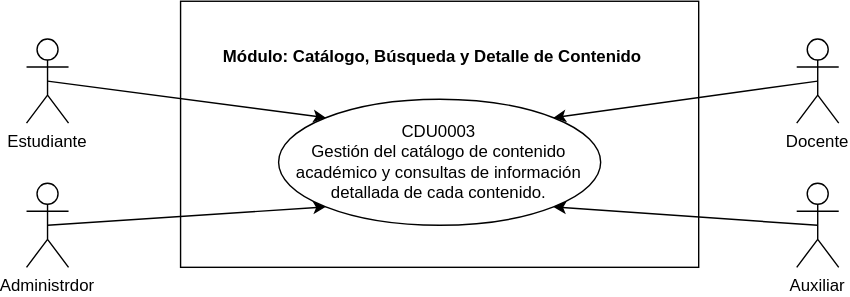
The draw.io diagram Documentacion/CDU/CDU_PrimeraDescomposicion_M3_202307691.drawio.svg in thanya-gate/SA_PROYECTO_202307691, before a commit. Source tidied: cells renumbered, new cells last; positions are measured from the earlier drawing's top-left corner, leaving out a move shared by most shapes. Its diagram source:
```xml
<mxGraphModel>
  <root>
    <mxCell id="0" />
    <mxCell id="1" parent="0" />
    <mxCell id="2" value="Object" style="html=1;whiteSpace=wrap;" parent="1" vertex="1">
      <mxGeometry x="110" width="370" height="190" as="geometry" />
    </mxCell>
    <mxCell id="3" style="rounded=0;jettySize=auto;html=1;exitX=0.5;exitY=0.5;exitDx=0;exitDy=0;exitPerimeter=0;entryX=0;entryY=0;entryDx=0;entryDy=0;shape=wire;dashed=1;endArrow=classic;endFill=1;" parent="1" edge="1" source="4" target="9">
      <mxGeometry relative="1" as="geometry" />
    </mxCell>
    <mxCell id="4" value="Estudiante" style="shape=umlActor;verticalLabelPosition=bottom;verticalAlign=top;html=1;" parent="1" vertex="1">
      <mxGeometry y="27" width="30" height="60" as="geometry" />
    </mxCell>
    <mxCell id="5" style="rounded=0;jettySize=auto;html=1;exitX=0.5;exitY=0.5;exitDx=0;exitDy=0;exitPerimeter=0;entryX=1;entryY=0;entryDx=0;entryDy=0;endArrow=classic;endFill=1;" parent="1" edge="1" source="6" target="9">
      <mxGeometry relative="1" as="geometry" />
    </mxCell>
    <mxCell id="6" value="Docente" style="shape=umlActor;verticalLabelPosition=bottom;verticalAlign=top;html=1;" parent="1" vertex="1">
      <mxGeometry x="550" y="27" width="30" height="60" as="geometry" />
    </mxCell>
    <mxCell id="7" style="rounded=0;jettySize=auto;html=1;exitX=0.5;exitY=0.5;exitDx=0;exitDy=0;exitPerimeter=0;entryX=0;entryY=1;entryDx=0;entryDy=0;startArrow=none;startFill=0;endArrow=classic;endFill=1;" parent="1" edge="1" source="8" target="9">
      <mxGeometry relative="1" as="geometry" />
    </mxCell>
    <mxCell id="8" value="Administrdor" style="shape=umlActor;verticalLabelPosition=bottom;verticalAlign=top;html=1;" parent="1" vertex="1">
      <mxGeometry y="130" width="30" height="60" as="geometry" />
    </mxCell>
    <mxCell id="9" value="CDU0003&lt;div&gt;Gestión del catálogo de contenido académico y consultas de información detallada de cada contenido.&lt;/div&gt;" style="ellipse;whiteSpace=wrap;html=1;" parent="1" vertex="1">
      <mxGeometry x="180" y="70" width="230" height="90" as="geometry" />
    </mxCell>
    <mxCell id="10" style="rounded=0;jettySize=auto;html=1;exitX=0.5;exitY=0.5;exitDx=0;exitDy=0;exitPerimeter=0;entryX=1;entryY=1;entryDx=0;entryDy=0;" parent="1" edge="1" source="11" target="9">
      <mxGeometry relative="1" as="geometry" />
    </mxCell>
    <mxCell id="11" value="Auxiliar" style="shape=umlActor;verticalLabelPosition=bottom;verticalAlign=top;html=1;" parent="1" vertex="1">
      <mxGeometry x="550" y="130" width="30" height="60" as="geometry" />
    </mxCell>
    <mxCell id="12" value="Módulo:&amp;nbsp;Catálogo, Búsqueda y Detalle de Contenido" style="text;align=center;fontStyle=1;verticalAlign=middle;spacingLeft=3;spacingRight=3;strokeColor=none;html=1;" parent="1" vertex="1">
      <mxGeometry x="250" y="27" width="80" height="26" as="geometry" />
    </mxCell>
  </root>
</mxGraphModel>
```
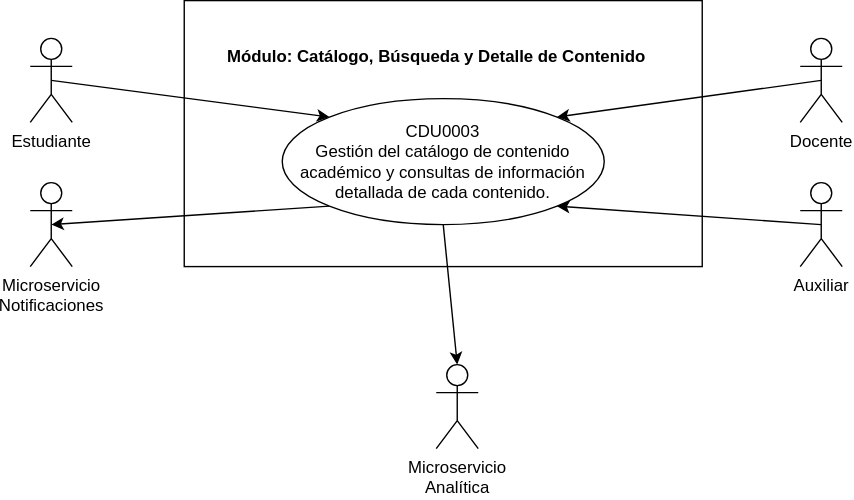
Later version of the same file.

Change to the diagram source:
```diff
@@ -17,10 +17,10 @@
     <mxCell id="6" value="Docente" style="shape=umlActor;verticalLabelPosition=bottom;verticalAlign=top;html=1;" parent="1" vertex="1">
       <mxGeometry x="550" y="27" width="30" height="60" as="geometry" />
     </mxCell>
-    <mxCell id="7" style="rounded=0;jettySize=auto;html=1;exitX=0.5;exitY=0.5;exitDx=0;exitDy=0;exitPerimeter=0;entryX=0;entryY=1;entryDx=0;entryDy=0;startArrow=none;startFill=0;endArrow=classic;endFill=1;" parent="1" edge="1" source="8" target="9">
+    <mxCell id="7" style="rounded=0;jettySize=auto;html=1;exitX=0.5;exitY=0.5;exitDx=0;exitDy=0;exitPerimeter=0;entryX=0;entryY=1;entryDx=0;entryDy=0;startArrow=classic;startFill=1;endArrow=none;endFill=0;" parent="1" edge="1" source="8" target="9">
       <mxGeometry relative="1" as="geometry" />
     </mxCell>
-    <mxCell id="8" value="Administrdor" style="shape=umlActor;verticalLabelPosition=bottom;verticalAlign=top;html=1;" parent="1" vertex="1">
+    <mxCell id="8" value="Microservicio&lt;div&gt;Notificaciones&lt;/div&gt;" style="shape=umlActor;verticalLabelPosition=bottom;verticalAlign=top;html=1;" parent="1" vertex="1">
       <mxGeometry y="130" width="30" height="60" as="geometry" />
     </mxCell>
     <mxCell id="9" value="CDU0003&lt;div&gt;Gestión del catálogo de contenido académico y consultas de información detallada de cada contenido.&lt;/div&gt;" style="ellipse;whiteSpace=wrap;html=1;" parent="1" vertex="1">
@@ -35,5 +35,11 @@
     <mxCell id="12" value="Módulo:&amp;nbsp;Catálogo, Búsqueda y Detalle de Contenido" style="text;align=center;fontStyle=1;verticalAlign=middle;spacingLeft=3;spacingRight=3;strokeColor=none;html=1;" parent="1" vertex="1">
       <mxGeometry x="250" y="27" width="80" height="26" as="geometry" />
     </mxCell>
+    <mxCell id="13" value="Microservicio&lt;div&gt;Analítica&lt;/div&gt;" style="shape=umlActor;verticalLabelPosition=bottom;verticalAlign=top;html=1;" parent="1" vertex="1">
+      <mxGeometry x="290" y="260" width="30" height="60" as="geometry" />
+    </mxCell>
+    <mxCell id="14" style="rounded=0;jettySize=auto;html=1;exitX=0.5;exitY=1;exitDx=0;exitDy=0;entryX=0.5;entryY=0;entryDx=0;entryDy=0;entryPerimeter=0;" parent="1" edge="1" source="9" target="13">
+      <mxGeometry relative="1" as="geometry" />
+    </mxCell>
   </root>
 </mxGraphModel>
```
